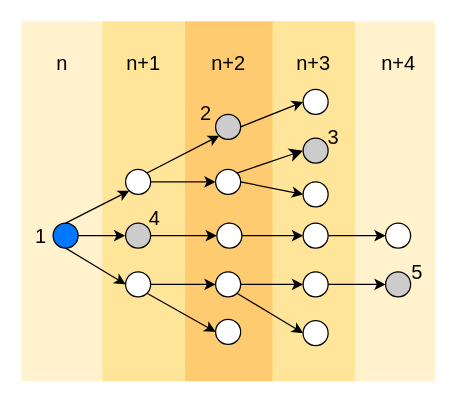
Above: rela.drawio in RosaryXiang/draw (draw.io), before the change. Source tidied: cells renumbered, new cells numbered last; positions are measured from the earlier drawing's top-left corner, leaving out a move shared by most shapes. Both pictures are drawn from the tidied source at 125%, with x=0, y=0 at pixel (21, 21).
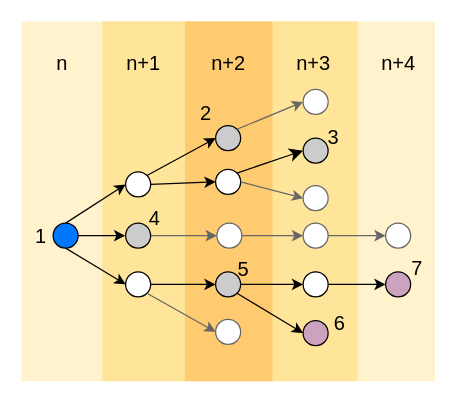
After the change.

The change refers to these unchanged cells:
```xml
<mxCell id="2" style="swimlane;startSize=0;fontSize=16;strokeColor=#FFF2CC;fillColor=#FFFCE0;glass=1;fillStyle=auto;gradientColor=none;swimlaneFillColor=#FFF2CC;" parent="1" vertex="1">
  <mxGeometry x="266" width="64" height="287" as="geometry" />
</mxCell>
<mxCell id="14" style="swimlane;startSize=0;fontSize=16;strokeColor=#FFCB70;fillColor=#FFB570;swimlaneFillColor=#FFCB70;" parent="1" vertex="1">
  <mxGeometry x="130" width="70" height="287" as="geometry" />
</mxCell>
<mxCell id="18" style="ellipse;whiteSpace=wrap;html=1;fontSize=16;" parent="14" vertex="1">
  <mxGeometry x="25" y="118" width="20" height="20" as="geometry" />
</mxCell>
<mxCell id="21" style="swimlane;startSize=0;fontSize=16;strokeColor=#FFE599;swimlaneFillColor=#FFE599;" parent="1" vertex="1">
  <mxGeometry x="64" width="66" height="287" as="geometry" />
</mxCell>
<mxCell id="23" style="ellipse;whiteSpace=wrap;html=1;fontSize=16;" parent="21" vertex="1">
  <mxGeometry x="19" y="200" width="20" height="20" as="geometry" />
</mxCell>
<mxCell id="32" style="ellipse;whiteSpace=wrap;html=1;fontSize=16;fillColor=#0077FF;" parent="1" vertex="1">
  <mxGeometry x="25" y="161" width="20" height="20" as="geometry" />
</mxCell>
<mxCell id="36" style="ellipse;whiteSpace=wrap;html=1;fontSize=16;fillColor=#CCCCCC;" parent="1" vertex="1">
  <mxGeometry x="83" y="161" width="20" height="20" as="geometry" />
</mxCell>
```

The edit, as a diff of the source:
```diff
@@
-    <mxCell id="4" style="ellipse;whiteSpace=wrap;html=1;fontSize=16;fillColor=#CCCCCC;" parent="2" vertex="1">
+    <mxCell id="4" style="ellipse;whiteSpace=wrap;html=1;fontSize=16;fillColor=#CDA2BE;" parent="2" vertex="1">
       <mxGeometry x="25" y="200" width="20" height="20" as="geometry" />
     </mxCell>
-    <mxCell id="5" value="5" style="text;html=1;strokeColor=none;fillColor=none;align=center;verticalAlign=middle;whiteSpace=wrap;rounded=0;fontSize=16;" parent="2" vertex="1">
-      <mxGeometry x="37" y="189" width="27" height="21" as="geometry" />
-    </mxCell>
+    <mxCell id="50" value="7" style="text;html=1;strokeColor=none;fillColor=none;align=center;verticalAlign=middle;whiteSpace=wrap;rounded=0;fontSize=16;" parent="2" vertex="1">
+      <mxGeometry x="37" y="186" width="27" height="21" as="geometry" />
+    </mxCell>
     <mxCell id="6" style="swimlane;startSize=0;fontSize=16;strokeColor=#FFE599;swimlaneFillColor=#FFE599;" parent="1" vertex="1">
-      <mxGeometry x="200" width="66" height="287" as="geometry" />
+      <mxGeometry x="200" width="68" height="287" as="geometry" />
     </mxCell>
@@
-    <mxCell id="8" style="ellipse;whiteSpace=wrap;html=1;fontSize=16;" parent="6" vertex="1">
-      <mxGeometry x="25" y="128" width="20" height="20" as="geometry" />
+    <mxCell id="8" style="ellipse;whiteSpace=wrap;html=1;fontSize=16;strokeColor=#666666;" parent="6" vertex="1">
+      <mxGeometry x="25" y="131" width="20" height="20" as="geometry" />
     </mxCell>
-    <mxCell id="9" style="ellipse;whiteSpace=wrap;html=1;fontSize=16;fillColor=#FFFFFF;" parent="6" vertex="1">
+    <mxCell id="9" style="ellipse;whiteSpace=wrap;html=1;fontSize=16;fillColor=#CDA2BE;" parent="6" vertex="1">
       <mxGeometry x="25" y="239" width="20" height="20" as="geometry" />
     </mxCell>
-    <mxCell id="10" style="ellipse;whiteSpace=wrap;html=1;fontSize=16;" parent="6" vertex="1">
+    <mxCell id="10" style="ellipse;whiteSpace=wrap;html=1;fontSize=16;strokeColor=#666666;" parent="6" vertex="1">
       <mxGeometry x="25" y="54" width="20" height="20" as="geometry" />
     </mxCell>
@@
+    <mxCell id="51" value="6" style="text;html=1;strokeColor=none;fillColor=none;align=center;verticalAlign=middle;whiteSpace=wrap;rounded=0;fontSize=16;" parent="6" vertex="1">
+      <mxGeometry x="41" y="230" width="27" height="21" as="geometry" />
+    </mxCell>
@@
-    <mxCell id="16" style="ellipse;whiteSpace=wrap;html=1;fontSize=16;" parent="14" vertex="1">
+    <mxCell id="16" style="ellipse;whiteSpace=wrap;html=1;fontSize=16;strokeColor=#666666;" parent="14" vertex="1">
       <mxGeometry x="25" y="238" width="20" height="20" as="geometry" />
     </mxCell>
-    <mxCell id="17" style="ellipse;whiteSpace=wrap;html=1;fontSize=16;" parent="14" vertex="1">
+    <mxCell id="17" style="ellipse;whiteSpace=wrap;html=1;fontSize=16;fillColor=#CCCCCC;" parent="14" vertex="1">
       <mxGeometry x="25" y="200" width="20" height="20" as="geometry" />
     </mxCell>
@@
     <mxCell id="19" style="ellipse;whiteSpace=wrap;html=1;fontSize=16;fillColor=#CCCCCC;" parent="14" vertex="1">
-      <mxGeometry x="25" y="74" width="20" height="20" as="geometry" />
+      <mxGeometry x="25" y="83" width="20" height="20" as="geometry" />
     </mxCell>
@@
+    <mxCell id="5" value="5" style="text;html=1;strokeColor=none;fillColor=none;align=center;verticalAlign=middle;whiteSpace=wrap;rounded=0;fontSize=16;" parent="14" vertex="1">
+      <mxGeometry x="34" y="187" width="27" height="21" as="geometry" />
+    </mxCell>
@@
     <mxCell id="24" style="ellipse;whiteSpace=wrap;html=1;fontSize=16;" parent="21" vertex="1">
-      <mxGeometry x="19" y="118" width="20" height="20" as="geometry" />
+      <mxGeometry x="19" y="120" width="20" height="20" as="geometry" />
     </mxCell>
@@
-    <mxCell id="29" style="edgeStyle=none;curved=1;rounded=0;jettySize=auto;html=1;exitX=0.5;exitY=0;exitDx=0;exitDy=0;entryX=0;entryY=1;entryDx=0;entryDy=0;fontSize=12;startSize=8;endSize=6;" parent="1" edge="1" source="32" target="24">
+    <mxCell id="29" style="edgeStyle=none;curved=1;rounded=0;jettySize=auto;html=1;exitX=0.5;exitY=0;exitDx=0;exitDy=0;entryX=0;entryY=0.5;entryDx=0;entryDy=0;fontSize=12;startSize=8;endSize=6;" parent="1" edge="1" source="32" target="24">
       <mxGeometry relative="1" as="geometry" />
     </mxCell>
@@
-    <mxCell id="33" style="edgeStyle=none;curved=1;rounded=0;jettySize=auto;html=1;exitX=1;exitY=0;exitDx=0;exitDy=0;entryX=0;entryY=1;entryDx=0;entryDy=0;fontSize=12;startSize=8;endSize=6;" parent="1" edge="1" source="24" target="19">
+    <mxCell id="33" style="edgeStyle=none;curved=1;rounded=0;jettySize=auto;html=1;exitX=1;exitY=0;exitDx=0;exitDy=0;entryX=0;entryY=0.5;entryDx=0;entryDy=0;fontSize=12;startSize=8;endSize=6;" parent="1" edge="1" source="24" target="19">
       <mxGeometry relative="1" as="geometry" />
     </mxCell>
@@
-    <mxCell id="35" style="edgeStyle=none;curved=1;rounded=0;jettySize=auto;html=1;exitX=1;exitY=0.5;exitDx=0;exitDy=0;entryX=0;entryY=0.5;entryDx=0;entryDy=0;fontSize=12;startSize=8;endSize=6;" parent="1" edge="1" source="36" target="43">
+    <mxCell id="35" style="edgeStyle=none;curved=1;rounded=0;jettySize=auto;html=1;exitX=1;exitY=0.5;exitDx=0;exitDy=0;entryX=0;entryY=0.5;entryDx=0;entryDy=0;fontSize=12;startSize=8;endSize=6;strokeColor=#666666;" parent="1" edge="1" source="36" target="43">
       <mxGeometry relative="1" as="geometry" />
     </mxCell>
@@
-    <mxCell id="38" style="edgeStyle=none;curved=1;rounded=0;jettySize=auto;html=1;exitX=1;exitY=1;exitDx=0;exitDy=0;entryX=0;entryY=0.5;entryDx=0;entryDy=0;fontSize=12;startSize=8;endSize=6;" parent="1" edge="1" source="23" target="16">
+    <mxCell id="38" style="edgeStyle=none;curved=1;rounded=0;jettySize=auto;html=1;exitX=1;exitY=1;exitDx=0;exitDy=0;entryX=0;entryY=0.5;entryDx=0;entryDy=0;fontSize=12;startSize=8;endSize=6;strokeColor=#666666;" parent="1" edge="1" source="23" target="16">
       <mxGeometry relative="1" as="geometry" />
     </mxCell>
-    <mxCell id="39" style="edgeStyle=none;curved=1;rounded=0;jettySize=auto;html=1;exitX=1;exitY=0.5;exitDx=0;exitDy=0;entryX=0;entryY=0.5;entryDx=0;entryDy=0;fontSize=12;startSize=8;endSize=6;" parent="1" edge="1" source="19" target="10">
+    <mxCell id="39" style="edgeStyle=none;curved=1;rounded=0;jettySize=auto;html=1;exitX=1;exitY=0;exitDx=0;exitDy=0;entryX=0;entryY=0.5;entryDx=0;entryDy=0;fontSize=12;startSize=8;endSize=6;strokeColor=#666666;" parent="1" edge="1" source="19" target="10">
       <mxGeometry relative="1" as="geometry" />
     </mxCell>
-    <mxCell id="40" style="edgeStyle=none;curved=1;rounded=0;jettySize=auto;html=1;exitX=1;exitY=0.5;exitDx=0;exitDy=0;entryX=0;entryY=0.5;entryDx=0;entryDy=0;fontSize=12;startSize=8;endSize=6;" parent="1" edge="1" source="18" target="8">
+    <mxCell id="40" style="edgeStyle=none;curved=1;rounded=0;jettySize=auto;html=1;exitX=1;exitY=0.5;exitDx=0;exitDy=0;entryX=0;entryY=0.5;entryDx=0;entryDy=0;fontSize=12;startSize=8;endSize=6;strokeColor=#666666;" parent="1" edge="1" source="18" target="8">
       <mxGeometry relative="1" as="geometry" />
     </mxCell>
@@
-    <mxCell id="42" style="edgeStyle=none;curved=1;rounded=0;jettySize=auto;html=1;exitX=1;exitY=0.5;exitDx=0;exitDy=0;entryX=0;entryY=0.5;entryDx=0;entryDy=0;fontSize=12;startSize=8;endSize=6;" parent="1" edge="1" source="43" target="48">
+    <mxCell id="42" style="edgeStyle=none;curved=1;rounded=0;jettySize=auto;html=1;exitX=1;exitY=0.5;exitDx=0;exitDy=0;entryX=0;entryY=0.5;entryDx=0;entryDy=0;fontSize=12;startSize=8;endSize=6;strokeColor=#666666;" parent="1" edge="1" source="43" target="48">
       <mxGeometry relative="1" as="geometry" />
     </mxCell>
-    <mxCell id="43" style="ellipse;whiteSpace=wrap;html=1;fontSize=16;" parent="1" vertex="1">
+    <mxCell id="43" style="ellipse;whiteSpace=wrap;html=1;fontSize=16;strokeColor=#666666;" parent="1" vertex="1">
       <mxGeometry x="156" y="161" width="20" height="20" as="geometry" />
     </mxCell>
@@
-    <mxCell id="47" style="edgeStyle=none;curved=1;rounded=0;jettySize=auto;html=1;exitX=1;exitY=0.5;exitDx=0;exitDy=0;entryX=0;entryY=0.5;entryDx=0;entryDy=0;fontSize=12;startSize=8;endSize=6;" parent="1" edge="1" source="48" target="49">
+    <mxCell id="47" style="edgeStyle=none;curved=1;rounded=0;jettySize=auto;html=1;exitX=1;exitY=0.5;exitDx=0;exitDy=0;entryX=0;entryY=0.5;entryDx=0;entryDy=0;fontSize=12;startSize=8;endSize=6;strokeColor=#666666;" parent="1" edge="1" source="48" target="49">
       <mxGeometry relative="1" as="geometry" />
     </mxCell>
-    <mxCell id="48" style="ellipse;whiteSpace=wrap;html=1;fontSize=16;" parent="1" vertex="1">
+    <mxCell id="48" style="ellipse;whiteSpace=wrap;html=1;fontSize=16;strokeColor=#666666;" parent="1" vertex="1">
       <mxGeometry x="225" y="161" width="20" height="20" as="geometry" />
     </mxCell>
-    <mxCell id="49" style="ellipse;whiteSpace=wrap;html=1;fontSize=16;" parent="1" vertex="1">
+    <mxCell id="49" style="ellipse;whiteSpace=wrap;html=1;fontSize=16;strokeColor=#666666;" parent="1" vertex="1">
       <mxGeometry x="291" y="161" width="20" height="20" as="geometry" />
     </mxCell>
```
